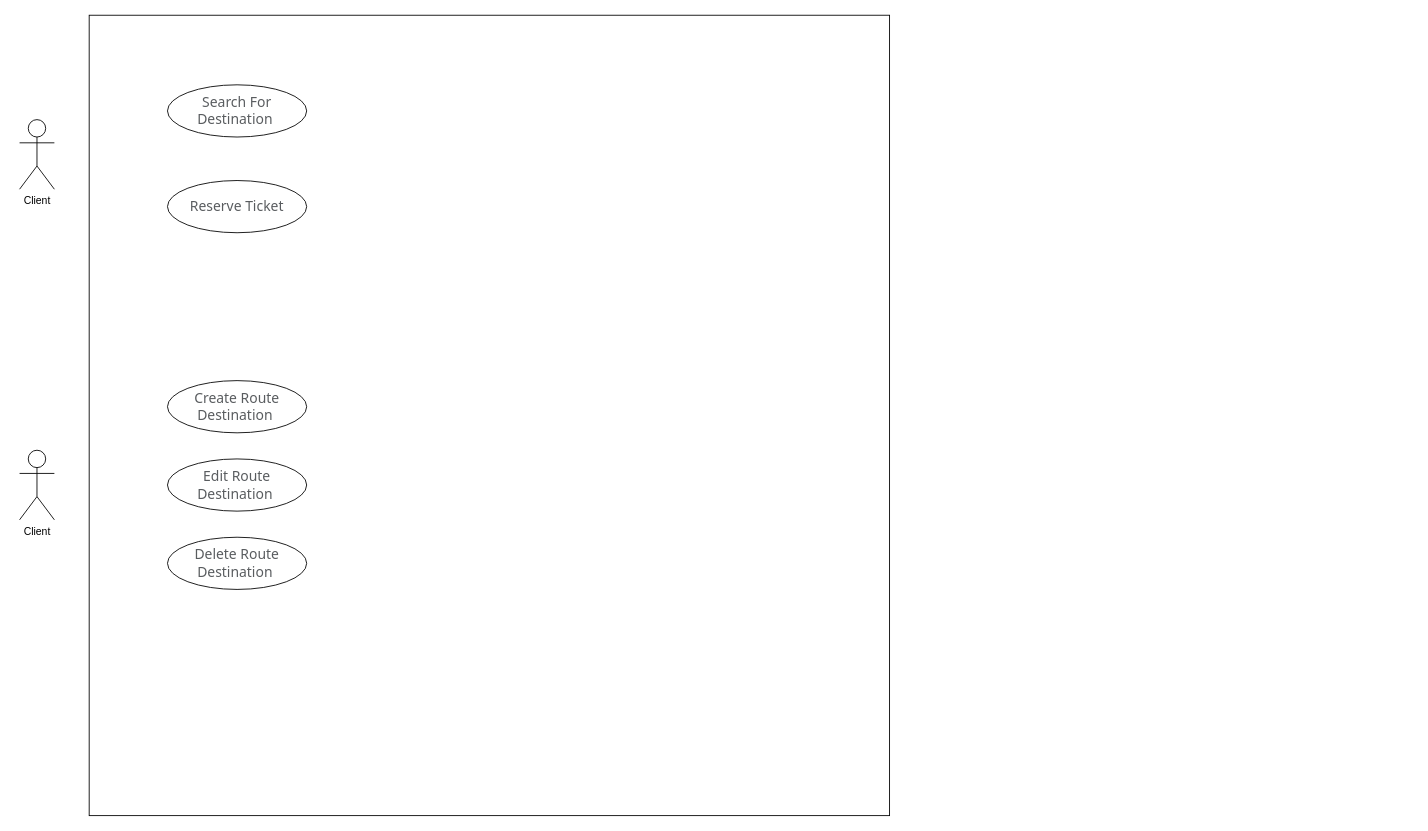
Above: Diagram.drawio in YassineElHassani/NavetteHub (draw.io), before the change. Source tidied: cells renumbered, new cells numbered last; positions are measured from the earlier drawing's top-left corner, leaving out a move shared by most shapes. Both pictures are drawn from the tidied source at 87%, with x=0, y=0 at pixel (19, 15).
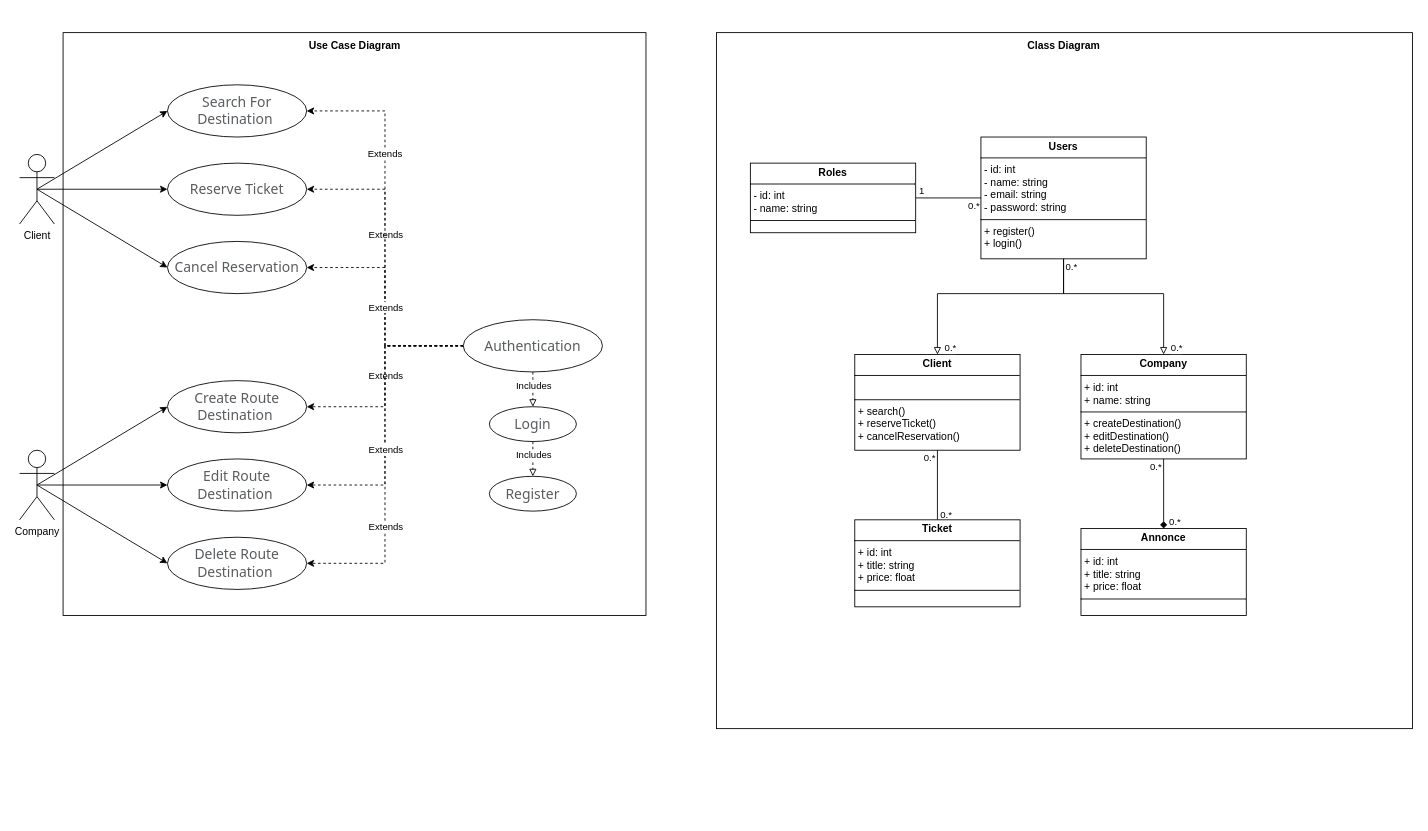
After the change.

Unchanged cells that the change refers to:
```xml
<mxCell id="5" value="&lt;span style=&quot;color: rgba(33, 37, 41, 0.75); font-family: system-ui, -apple-system, &amp;quot;Segoe UI&amp;quot;, Roboto, &amp;quot;Helvetica Neue&amp;quot;, &amp;quot;Noto Sans&amp;quot;, &amp;quot;Liberation Sans&amp;quot;, Arial, sans-serif, &amp;quot;Apple Color Emoji&amp;quot;, &amp;quot;Segoe UI Emoji&amp;quot;, &amp;quot;Segoe UI Symbol&amp;quot;, &amp;quot;Noto Color Emoji&amp;quot;; font-size: 16px; background-color: rgb(255, 255, 255);&quot;&gt;Search For Destination&amp;nbsp;&lt;/span&gt;" style="ellipse;whiteSpace=wrap;html=1;" parent="1" vertex="1">
  <mxGeometry x="170" y="80" width="160" height="60" as="geometry" />
</mxCell>
<mxCell id="6" value="&lt;span style=&quot;color: rgba(33, 37, 41, 0.75); font-family: system-ui, -apple-system, &amp;quot;Segoe UI&amp;quot;, Roboto, &amp;quot;Helvetica Neue&amp;quot;, &amp;quot;Noto Sans&amp;quot;, &amp;quot;Liberation Sans&amp;quot;, Arial, sans-serif, &amp;quot;Apple Color Emoji&amp;quot;, &amp;quot;Segoe UI Emoji&amp;quot;, &amp;quot;Segoe UI Symbol&amp;quot;, &amp;quot;Noto Color Emoji&amp;quot;; font-size: 16px; background-color: rgb(255, 255, 255);&quot;&gt;Create Route&lt;br&gt;Destination&amp;nbsp;&lt;/span&gt;" style="ellipse;whiteSpace=wrap;html=1;" parent="1" vertex="1">
  <mxGeometry x="170" y="420" width="160" height="60" as="geometry" />
</mxCell>
<mxCell id="7" value="&lt;span style=&quot;color: rgba(33, 37, 41, 0.75); font-family: system-ui, -apple-system, &amp;quot;Segoe UI&amp;quot;, Roboto, &amp;quot;Helvetica Neue&amp;quot;, &amp;quot;Noto Sans&amp;quot;, &amp;quot;Liberation Sans&amp;quot;, Arial, sans-serif, &amp;quot;Apple Color Emoji&amp;quot;, &amp;quot;Segoe UI Emoji&amp;quot;, &amp;quot;Segoe UI Symbol&amp;quot;, &amp;quot;Noto Color Emoji&amp;quot;; font-size: 16px; background-color: rgb(255, 255, 255);&quot;&gt;Edit Route&lt;br&gt;Destination&amp;nbsp;&lt;/span&gt;" style="ellipse;whiteSpace=wrap;html=1;" parent="1" vertex="1">
  <mxGeometry x="170" y="510" width="160" height="60" as="geometry" />
</mxCell>
<mxCell id="8" value="&lt;span style=&quot;color: rgba(33, 37, 41, 0.75); font-family: system-ui, -apple-system, &amp;quot;Segoe UI&amp;quot;, Roboto, &amp;quot;Helvetica Neue&amp;quot;, &amp;quot;Noto Sans&amp;quot;, &amp;quot;Liberation Sans&amp;quot;, Arial, sans-serif, &amp;quot;Apple Color Emoji&amp;quot;, &amp;quot;Segoe UI Emoji&amp;quot;, &amp;quot;Segoe UI Symbol&amp;quot;, &amp;quot;Noto Color Emoji&amp;quot;; font-size: 16px; background-color: rgb(255, 255, 255);&quot;&gt;Delete Route&lt;br&gt;Destination&amp;nbsp;&lt;/span&gt;" style="ellipse;whiteSpace=wrap;html=1;" parent="1" vertex="1">
  <mxGeometry x="170" y="600" width="160" height="60" as="geometry" />
</mxCell>
```

What changed in the source:
```diff
@@
     <mxCell id="2" style="whiteSpace=wrap;html=1;" parent="1" vertex="1">
-      <mxGeometry x="80" width="920" height="920" as="geometry" />
+      <mxGeometry x="50" y="20" width="670" height="670" as="geometry" />
     </mxCell>
+    <mxCell id="10" style="rounded=0;jettySize=auto;html=1;exitX=0.5;exitY=0.5;exitDx=0;exitDy=0;exitPerimeter=0;entryX=0;entryY=0.5;entryDx=0;entryDy=0;" parent="1" edge="1" source="3" target="5">
+      <mxGeometry relative="1" as="geometry" />
+    </mxCell>
     <mxCell id="3" value="Client" style="shape=umlActor;verticalLabelPosition=bottom;verticalAlign=top;html=1;outlineConnect=0;" parent="1" vertex="1">
-      <mxGeometry y="120" width="40" height="80" as="geometry" />
+      <mxGeometry y="160" width="40" height="80" as="geometry" />
     </mxCell>
     <mxCell id="4" value="&lt;span style=&quot;color: rgba(33, 37, 41, 0.75); font-family: system-ui, -apple-system, &amp;quot;Segoe UI&amp;quot;, Roboto, &amp;quot;Helvetica Neue&amp;quot;, &amp;quot;Noto Sans&amp;quot;, &amp;quot;Liberation Sans&amp;quot;, Arial, sans-serif, &amp;quot;Apple Color Emoji&amp;quot;, &amp;quot;Segoe UI Emoji&amp;quot;, &amp;quot;Segoe UI Symbol&amp;quot;, &amp;quot;Noto Color Emoji&amp;quot;; font-size: 16px; background-color: rgb(255, 255, 255);&quot;&gt;Reserve Ticket&lt;/span&gt;" style="ellipse;whiteSpace=wrap;html=1;" parent="1" vertex="1">
-      <mxGeometry x="170" y="190" width="160" height="60" as="geometry" />
+      <mxGeometry x="170" y="170" width="160" height="60" as="geometry" />
     </mxCell>
@@
+    <mxCell id="11" style="rounded=0;jettySize=auto;html=1;entryX=0;entryY=0.5;entryDx=0;entryDy=0;exitX=0.5;exitY=0.5;exitDx=0;exitDy=0;exitPerimeter=0;" parent="1" edge="1" source="9" target="6">
+      <mxGeometry relative="1" as="geometry" />
+    </mxCell>
-    <mxCell id="9" value="Client" style="shape=umlActor;verticalLabelPosition=bottom;verticalAlign=top;html=1;outlineConnect=0;" parent="1" vertex="1">
+    <mxCell id="9" value="Company" style="shape=umlActor;verticalLabelPosition=bottom;verticalAlign=top;html=1;outlineConnect=0;" parent="1" vertex="1">
       <mxGeometry y="500" width="40" height="80" as="geometry" />
     </mxCell>
+    <mxCell id="12" style="rounded=0;jettySize=auto;html=1;entryX=0;entryY=0.5;entryDx=0;entryDy=0;exitX=0.5;exitY=0.5;exitDx=0;exitDy=0;exitPerimeter=0;" parent="1" edge="1" source="3" target="4">
+      <mxGeometry relative="1" as="geometry" />
+    </mxCell>
+    <mxCell id="13" style="rounded=0;jettySize=auto;html=1;entryX=0;entryY=0.5;entryDx=0;entryDy=0;exitX=0.5;exitY=0.5;exitDx=0;exitDy=0;exitPerimeter=0;" parent="1" edge="1" source="9" target="7">
+      <mxGeometry relative="1" as="geometry" />
+    </mxCell>
+    <mxCell id="14" style="rounded=0;jettySize=auto;html=1;entryX=0;entryY=0.5;entryDx=0;entryDy=0;exitX=0.5;exitY=0.5;exitDx=0;exitDy=0;exitPerimeter=0;" parent="1" edge="1" source="9" target="8">
+      <mxGeometry relative="1" as="geometry" />
+    </mxCell>
+    <mxCell id="15" style="edgeStyle=orthogonalEdgeStyle;rounded=0;jettySize=auto;html=1;entryX=1;entryY=0.5;entryDx=0;entryDy=0;dashed=1;exitX=0;exitY=0.5;exitDx=0;exitDy=0;" parent="1" edge="1" source="27" target="4">
+      <mxGeometry relative="1" as="geometry" />
+    </mxCell>
+    <mxCell id="16" value="Extends" style="edgeLabel;html=1;align=center;verticalAlign=middle;" parent="15" vertex="1">
+      <mxGeometry relative="1" as="geometry">
+        <mxPoint y="-39" as="offset" />
+      </mxGeometry>
+    </mxCell>
+    <mxCell id="17" style="edgeStyle=orthogonalEdgeStyle;rounded=0;jettySize=auto;html=1;entryX=1;entryY=0.5;entryDx=0;entryDy=0;exitX=0;exitY=0.5;exitDx=0;exitDy=0;dashed=1;" parent="1" edge="1" source="27" target="5">
+      <mxGeometry relative="1" as="geometry" />
+    </mxCell>
+    <mxCell id="18" value="Extends" style="edgeLabel;html=1;align=center;verticalAlign=middle;" parent="17" vertex="1">
+      <mxGeometry x="0.44" y="1" relative="1" as="geometry">
+        <mxPoint y="13" as="offset" />
+      </mxGeometry>
+    </mxCell>
+    <mxCell id="19" style="edgeStyle=orthogonalEdgeStyle;rounded=0;jettySize=auto;html=1;entryX=1;entryY=0.5;entryDx=0;entryDy=0;dashed=1;exitX=0;exitY=0.5;exitDx=0;exitDy=0;" parent="1" edge="1" source="27" target="6">
+      <mxGeometry relative="1" as="geometry" />
+    </mxCell>
+    <mxCell id="20" value="Extends" style="edgeLabel;html=1;align=center;verticalAlign=middle;labelBackgroundColor=default;" parent="19" vertex="1">
+      <mxGeometry x="-0.01" relative="1" as="geometry" />
+    </mxCell>
+    <mxCell id="21" style="edgeStyle=orthogonalEdgeStyle;rounded=0;jettySize=auto;html=1;entryX=1;entryY=0.5;entryDx=0;entryDy=0;dashed=1;exitX=0;exitY=0.5;exitDx=0;exitDy=0;" parent="1" edge="1" source="27" target="7">
+      <mxGeometry relative="1" as="geometry" />
+    </mxCell>
+    <mxCell id="22" style="edgeStyle=orthogonalEdgeStyle;rounded=0;jettySize=auto;html=1;entryX=1;entryY=0.5;entryDx=0;entryDy=0;exitX=0;exitY=0.5;exitDx=0;exitDy=0;dashed=1;" parent="1" edge="1" source="27" target="8">
+      <mxGeometry relative="1" as="geometry" />
+    </mxCell>
+    <mxCell id="23" value="Extends" style="edgeLabel;html=1;align=center;verticalAlign=middle;" parent="22" vertex="1">
+      <mxGeometry x="-0.03" relative="1" as="geometry" />
+    </mxCell>
+    <mxCell id="24" value="Extends" style="edgeLabel;html=1;align=center;verticalAlign=middle;" parent="22" vertex="1">
+      <mxGeometry x="0.38" y="1" relative="1" as="geometry">
+        <mxPoint x="-1" as="offset" />
+      </mxGeometry>
+    </mxCell>
+    <mxCell id="25" style="edgeStyle=orthogonalEdgeStyle;rounded=0;jettySize=auto;html=1;entryX=1;entryY=0.5;entryDx=0;entryDy=0;dashed=1;" parent="1" edge="1" source="27" target="41">
+      <mxGeometry relative="1" as="geometry" />
+    </mxCell>
+    <mxCell id="26" value="Extends" style="edgeLabel;html=1;align=center;verticalAlign=middle;" parent="25" vertex="1">
+      <mxGeometry y="1" relative="1" as="geometry">
+        <mxPoint x="1" as="offset" />
+      </mxGeometry>
+    </mxCell>
+    <mxCell id="27" value="&lt;span style=&quot;color: rgba(33, 37, 41, 0.75); font-family: system-ui, -apple-system, &amp;quot;Segoe UI&amp;quot;, Roboto, &amp;quot;Helvetica Neue&amp;quot;, &amp;quot;Noto Sans&amp;quot;, &amp;quot;Liberation Sans&amp;quot;, Arial, sans-serif, &amp;quot;Apple Color Emoji&amp;quot;, &amp;quot;Segoe UI Emoji&amp;quot;, &amp;quot;Segoe UI Symbol&amp;quot;, &amp;quot;Noto Color Emoji&amp;quot;; font-size: 16px; background-color: rgb(255, 255, 255);&quot;&gt;Authentication&lt;/span&gt;" style="ellipse;whiteSpace=wrap;html=1;" parent="1" vertex="1">
+      <mxGeometry x="510" y="350" width="160" height="60" as="geometry" />
+    </mxCell>
+    <mxCell id="28" style="whiteSpace=wrap;html=1;" parent="1" vertex="1">
+      <mxGeometry x="801" y="20" width="800" height="800" as="geometry" />
+    </mxCell>
+    <mxCell id="29" value="&lt;b&gt;&lt;font&gt;Use Case Diagram&lt;/font&gt;&lt;/b&gt;" style="text;html=1;align=center;verticalAlign=middle;strokeColor=none;fillColor=none;" parent="1" vertex="1">
+      <mxGeometry x="320" y="20" width="130" height="30" as="geometry" />
+    </mxCell>
+    <mxCell id="30" value="&lt;b&gt;Class Diagram&lt;/b&gt;" style="text;html=1;align=center;verticalAlign=middle;strokeColor=none;fillColor=none;" parent="1" vertex="1">
+      <mxGeometry x="1145" y="20" width="110" height="30" as="geometry" />
+    </mxCell>
+    <mxCell id="31" value="&lt;p style=&quot;margin:0px;margin-top:4px;text-align:center;&quot;&gt;&lt;b&gt;Users&lt;/b&gt;&lt;/p&gt;&lt;hr size=&quot;1&quot; style=&quot;border-style:solid;&quot;&gt;&lt;p style=&quot;margin:0px;margin-left:4px;&quot;&gt;- id: int&lt;br&gt;- name: string&lt;/p&gt;&lt;p style=&quot;margin:0px;margin-left:4px;&quot;&gt;- email: string&lt;/p&gt;&lt;p style=&quot;margin:0px;margin-left:4px;&quot;&gt;- password: string&lt;/p&gt;&lt;hr size=&quot;1&quot; style=&quot;border-style:solid;&quot;&gt;&lt;p style=&quot;margin:0px;margin-left:4px;&quot;&gt;+ register()&lt;/p&gt;&lt;p style=&quot;margin:0px;margin-left:4px;&quot;&gt;+ login()&lt;/p&gt;" style="verticalAlign=top;align=left;overflow=fill;html=1;whiteSpace=wrap;" parent="1" vertex="1">
+      <mxGeometry x="1105" y="140" width="190" height="140" as="geometry" />
+    </mxCell>
+    <mxCell id="32" style="edgeStyle=orthogonalEdgeStyle;rounded=0;jettySize=auto;html=1;entryX=0;entryY=0.5;entryDx=0;entryDy=0;endArrow=none;startFill=0;" parent="1" edge="1" source="38" target="31">
+      <mxGeometry relative="1" as="geometry" />
+    </mxCell>
+    <mxCell id="33" value="0.*" style="edgeLabel;html=1;align=center;verticalAlign=middle;" parent="32" vertex="1">
+      <mxGeometry x="0.91" y="-1" relative="1" as="geometry">
+        <mxPoint x="-6" y="7" as="offset" />
+      </mxGeometry>
+    </mxCell>
+    <mxCell id="34" value="1" style="edgeLabel;html=1;align=center;verticalAlign=middle;" parent="32" vertex="1">
+      <mxGeometry x="-0.89" y="1" relative="1" as="geometry">
+        <mxPoint x="2" y="-8" as="offset" />
+      </mxGeometry>
+    </mxCell>
+    <mxCell id="35" style="edgeStyle=orthogonalEdgeStyle;rounded=0;jettySize=auto;html=1;entryX=0.5;entryY=0;entryDx=0;entryDy=0;endArrow=block;endFill=0;exitX=0.5;exitY=1;exitDx=0;exitDy=0;" parent="1" edge="1" source="31" target="39">
+      <mxGeometry relative="1" as="geometry">
+        <Array as="points">
+          <mxPoint x="1200" y="320" />
+          <mxPoint x="1055" y="320" />
+        </Array>
+      </mxGeometry>
+    </mxCell>
+    <mxCell id="36" style="edgeStyle=orthogonalEdgeStyle;rounded=0;jettySize=auto;html=1;entryX=0.5;entryY=0;entryDx=0;entryDy=0;endArrow=block;endFill=0;exitX=0.5;exitY=1;exitDx=0;exitDy=0;" parent="1" edge="1" source="31" target="40">
+      <mxGeometry relative="1" as="geometry">
+        <Array as="points">
+          <mxPoint x="1200" y="320" />
+          <mxPoint x="1315" y="320" />
+        </Array>
+      </mxGeometry>
+    </mxCell>
+    <mxCell id="37" value="0.*" style="edgeLabel;html=1;align=center;verticalAlign=middle;" parent="36" vertex="1">
+      <mxGeometry x="-0.95" relative="1" as="geometry">
+        <mxPoint x="8" y="2" as="offset" />
+      </mxGeometry>
+    </mxCell>
+    <mxCell id="38" value="&lt;p style=&quot;margin:0px;margin-top:4px;text-align:center;&quot;&gt;&lt;b&gt;Roles&lt;/b&gt;&lt;/p&gt;&lt;hr size=&quot;1&quot; style=&quot;border-style:solid;&quot;&gt;&lt;p style=&quot;margin:0px;margin-left:4px;&quot;&gt;- id: int&lt;br&gt;- name: string&lt;br&gt;&lt;/p&gt;&lt;hr size=&quot;1&quot; style=&quot;border-style:solid;&quot;&gt;&lt;p style=&quot;margin:0px;margin-left:4px;&quot;&gt;&lt;br&gt;&lt;/p&gt;" style="verticalAlign=top;align=left;overflow=fill;html=1;whiteSpace=wrap;" parent="1" vertex="1">
+      <mxGeometry x="840" y="170" width="190" height="80" as="geometry" />
+    </mxCell>
+    <mxCell id="39" value="&lt;p style=&quot;margin:0px;margin-top:4px;text-align:center;&quot;&gt;&lt;b&gt;Client&lt;/b&gt;&lt;/p&gt;&lt;hr size=&quot;1&quot; style=&quot;border-style:solid;&quot;&gt;&lt;p style=&quot;margin:0px;margin-left:4px;&quot;&gt;&lt;br&gt;&lt;/p&gt;&lt;hr size=&quot;1&quot; style=&quot;border-style:solid;&quot;&gt;&lt;p style=&quot;margin:0px;margin-left:4px;&quot;&gt;+ search()&lt;/p&gt;&lt;p style=&quot;margin:0px;margin-left:4px;&quot;&gt;+ reserveTicket()&lt;/p&gt;&lt;p style=&quot;margin:0px;margin-left:4px;&quot;&gt;+ cancelReservation()&lt;/p&gt;" style="verticalAlign=top;align=left;overflow=fill;html=1;whiteSpace=wrap;" parent="1" vertex="1">
+      <mxGeometry x="960" y="390" width="190" height="110" as="geometry" />
+    </mxCell>
+    <mxCell id="40" value="&lt;p style=&quot;margin:0px;margin-top:4px;text-align:center;&quot;&gt;&lt;b&gt;Company&lt;/b&gt;&lt;/p&gt;&lt;hr size=&quot;1&quot; style=&quot;border-style:solid;&quot;&gt;&lt;p style=&quot;margin:0px;margin-left:4px;&quot;&gt;+ id: int&lt;br&gt;+ name: string&lt;br&gt;&lt;/p&gt;&lt;hr size=&quot;1&quot; style=&quot;border-style:solid;&quot;&gt;&lt;p style=&quot;margin:0px;margin-left:4px;&quot;&gt;+ createDestination()&lt;/p&gt;&lt;p style=&quot;margin:0px;margin-left:4px;&quot;&gt;+ editDestination()&lt;/p&gt;&lt;p style=&quot;margin:0px;margin-left:4px;&quot;&gt;+ deleteDestination()&lt;/p&gt;" style="verticalAlign=top;align=left;overflow=fill;html=1;whiteSpace=wrap;" parent="1" vertex="1">
+      <mxGeometry x="1220" y="390" width="190" height="120" as="geometry" />
+    </mxCell>
+    <mxCell id="41" value="&lt;span style=&quot;color: rgba(33, 37, 41, 0.75); font-family: system-ui, -apple-system, &amp;quot;Segoe UI&amp;quot;, Roboto, &amp;quot;Helvetica Neue&amp;quot;, &amp;quot;Noto Sans&amp;quot;, &amp;quot;Liberation Sans&amp;quot;, Arial, sans-serif, &amp;quot;Apple Color Emoji&amp;quot;, &amp;quot;Segoe UI Emoji&amp;quot;, &amp;quot;Segoe UI Symbol&amp;quot;, &amp;quot;Noto Color Emoji&amp;quot;; font-size: 16px; background-color: rgb(255, 255, 255);&quot;&gt;Cancel Reservation&lt;/span&gt;" style="ellipse;whiteSpace=wrap;html=1;" parent="1" vertex="1">
+      <mxGeometry x="170" y="260" width="160" height="60" as="geometry" />
+    </mxCell>
+    <mxCell id="42" style="rounded=0;jettySize=auto;html=1;entryX=0;entryY=0.5;entryDx=0;entryDy=0;exitX=0.5;exitY=0.5;exitDx=0;exitDy=0;exitPerimeter=0;" parent="1" edge="1" source="3" target="41">
+      <mxGeometry relative="1" as="geometry" />
+    </mxCell>
+    <mxCell id="43" style="edgeStyle=orthogonalEdgeStyle;rounded=0;jettySize=auto;html=1;dashed=1;exitX=0.5;exitY=1;exitDx=0;exitDy=0;endArrow=block;endFill=0;" parent="1" edge="1" source="27" target="47">
+      <mxGeometry relative="1" as="geometry" />
+    </mxCell>
+    <mxCell id="44" value="Includes" style="edgeLabel;html=1;align=center;verticalAlign=middle;" parent="43" vertex="1">
+      <mxGeometry x="-0.23" relative="1" as="geometry" />
+    </mxCell>
+    <mxCell id="45" style="edgeStyle=orthogonalEdgeStyle;rounded=0;jettySize=auto;html=1;entryX=0.5;entryY=0;entryDx=0;entryDy=0;dashed=1;endArrow=block;endFill=0;" parent="1" edge="1" source="47" target="48">
+      <mxGeometry relative="1" as="geometry" />
+    </mxCell>
+    <mxCell id="46" value="Includes" style="edgeLabel;html=1;align=center;verticalAlign=middle;" parent="45" vertex="1">
+      <mxGeometry x="-0.26" relative="1" as="geometry" />
+    </mxCell>
+    <mxCell id="47" value="&lt;span style=&quot;color: rgba(33, 37, 41, 0.75); font-family: system-ui, -apple-system, &amp;quot;Segoe UI&amp;quot;, Roboto, &amp;quot;Helvetica Neue&amp;quot;, &amp;quot;Noto Sans&amp;quot;, &amp;quot;Liberation Sans&amp;quot;, Arial, sans-serif, &amp;quot;Apple Color Emoji&amp;quot;, &amp;quot;Segoe UI Emoji&amp;quot;, &amp;quot;Segoe UI Symbol&amp;quot;, &amp;quot;Noto Color Emoji&amp;quot;; font-size: 16px; background-color: rgb(255, 255, 255);&quot;&gt;Login&lt;/span&gt;" style="ellipse;whiteSpace=wrap;html=1;" parent="1" vertex="1">
+      <mxGeometry x="540" y="450" width="100" height="40" as="geometry" />
+    </mxCell>
+    <mxCell id="48" value="&lt;span style=&quot;color: rgba(33, 37, 41, 0.75); font-family: system-ui, -apple-system, &amp;quot;Segoe UI&amp;quot;, Roboto, &amp;quot;Helvetica Neue&amp;quot;, &amp;quot;Noto Sans&amp;quot;, &amp;quot;Liberation Sans&amp;quot;, Arial, sans-serif, &amp;quot;Apple Color Emoji&amp;quot;, &amp;quot;Segoe UI Emoji&amp;quot;, &amp;quot;Segoe UI Symbol&amp;quot;, &amp;quot;Noto Color Emoji&amp;quot;; font-size: 16px; background-color: rgb(255, 255, 255);&quot;&gt;Register&lt;/span&gt;" style="ellipse;whiteSpace=wrap;html=1;" parent="1" vertex="1">
+      <mxGeometry x="540" y="530" width="100" height="40" as="geometry" />
+    </mxCell>
+    <mxCell id="49" value="0.*" style="edgeLabel;html=1;align=center;verticalAlign=middle;" parent="1" vertex="1">
+      <mxGeometry x="1329" y="382" as="geometry" />
+    </mxCell>
+    <mxCell id="50" value="0.*" style="edgeLabel;html=1;align=center;verticalAlign=middle;" parent="1" vertex="1">
+      <mxGeometry x="1069" y="382" as="geometry" />
+    </mxCell>
+    <mxCell id="51" style="edgeStyle=orthogonalEdgeStyle;rounded=0;jettySize=auto;html=1;endArrow=diamond;endFill=1;exitX=0.5;exitY=1;exitDx=0;exitDy=0;" parent="1" edge="1" source="40" target="54">
+      <mxGeometry relative="1" as="geometry" />
+    </mxCell>
+    <mxCell id="52" value="0.*" style="edgeLabel;html=1;align=center;verticalAlign=middle;" parent="51" vertex="1">
+      <mxGeometry x="-0.76" y="1" relative="1" as="geometry">
+        <mxPoint x="-11" y="-2" as="offset" />
+      </mxGeometry>
+    </mxCell>
+    <mxCell id="53" value="0.*" style="edgeLabel;html=1;align=center;verticalAlign=middle;" parent="51" vertex="1">
+      <mxGeometry x="0.79" relative="1" as="geometry">
+        <mxPoint x="12" as="offset" />
+      </mxGeometry>
+    </mxCell>
+    <mxCell id="54" value="&lt;p style=&quot;margin:0px;margin-top:4px;text-align:center;&quot;&gt;&lt;b&gt;Annonce&lt;/b&gt;&lt;/p&gt;&lt;hr size=&quot;1&quot; style=&quot;border-style:solid;&quot;&gt;&lt;p style=&quot;margin:0px;margin-left:4px;&quot;&gt;+ id: int&lt;br&gt;+ title: string&lt;br&gt;&lt;/p&gt;&lt;p style=&quot;margin:0px;margin-left:4px;&quot;&gt;+ price: float&lt;/p&gt;&lt;hr size=&quot;1&quot; style=&quot;border-style:solid;&quot;&gt;&lt;p style=&quot;margin:0px;margin-left:4px;&quot;&gt;&lt;br&gt;&lt;/p&gt;" style="verticalAlign=top;align=left;overflow=fill;html=1;whiteSpace=wrap;" parent="1" vertex="1">
+      <mxGeometry x="1220" y="590" width="190" height="100" as="geometry" />
+    </mxCell>
+    <mxCell id="55" style="edgeStyle=orthogonalEdgeStyle;rounded=0;jettySize=auto;html=1;entryX=0.5;entryY=1;entryDx=0;entryDy=0;endArrow=none;startFill=0;" parent="1" edge="1" source="58" target="39">
+      <mxGeometry relative="1" as="geometry" />
+    </mxCell>
+    <mxCell id="56" value="0.*" style="edgeLabel;html=1;align=center;verticalAlign=middle;" parent="55" vertex="1">
+      <mxGeometry x="0.8" relative="1" as="geometry">
+        <mxPoint x="-10" as="offset" />
+      </mxGeometry>
+    </mxCell>
+    <mxCell id="57" value="0.*" style="edgeLabel;html=1;align=center;verticalAlign=middle;" parent="55" vertex="1">
+      <mxGeometry x="-0.83" relative="1" as="geometry">
+        <mxPoint x="9" as="offset" />
+      </mxGeometry>
+    </mxCell>
+    <mxCell id="58" value="&lt;p style=&quot;margin:0px;margin-top:4px;text-align:center;&quot;&gt;&lt;b&gt;Ticket&lt;/b&gt;&lt;/p&gt;&lt;hr size=&quot;1&quot; style=&quot;border-style:solid;&quot;&gt;&lt;p style=&quot;margin:0px;margin-left:4px;&quot;&gt;+ id: int&lt;br&gt;+ title: string&lt;br&gt;&lt;/p&gt;&lt;p style=&quot;margin:0px;margin-left:4px;&quot;&gt;+ price: float&lt;/p&gt;&lt;hr size=&quot;1&quot; style=&quot;border-style:solid;&quot;&gt;&lt;p style=&quot;margin:0px;margin-left:4px;&quot;&gt;&lt;br&gt;&lt;/p&gt;" style="verticalAlign=top;align=left;overflow=fill;html=1;whiteSpace=wrap;" parent="1" vertex="1">
+      <mxGeometry x="960" y="580" width="190" height="100" as="geometry" />
+    </mxCell>
```
